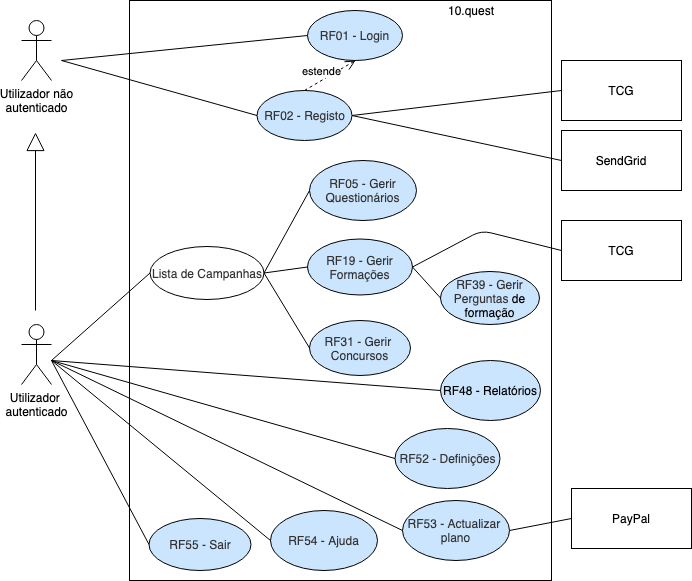
This is img/rf/alto-nivel.png from BrunoGrifo/Tese, a draw.io export, as it was before one commit. Source tidied: cells renumbered, new cells last; positions are measured from the earlier drawing's top-left corner, leaving out a move shared by most shapes.
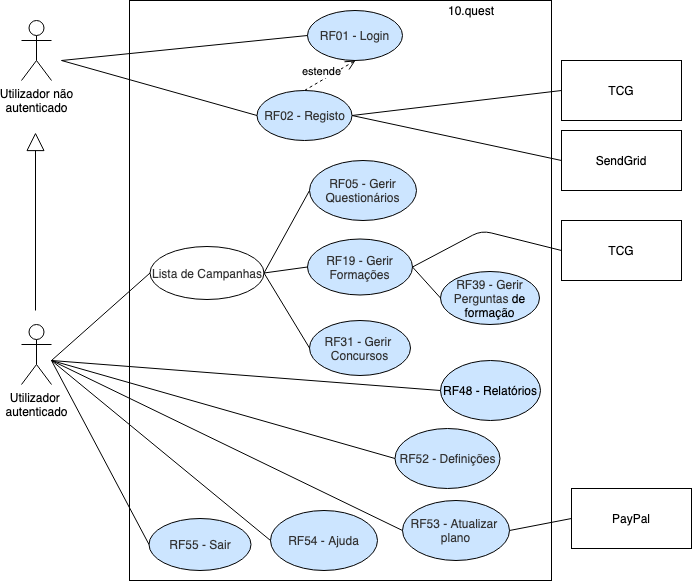
The same file after the commit.

The edit, as a diff of the source:
```diff
@@ -45,7 +45,7 @@
     <mxCell id="13" value="RF52 - Definições" style="ellipse;whiteSpace=wrap;html=1;fillColor=#CCE5FF;strokeColor=#000000;fontColor=#333333;" parent="1" vertex="1">
       <mxGeometry x="373.5" y="428" width="105" height="60" as="geometry" />
     </mxCell>
-    <mxCell id="14" value="RF53 - Actualizar&amp;nbsp;&lt;br&gt;plano" style="ellipse;whiteSpace=wrap;html=1;fillColor=#CCE5FF;strokeColor=#000000;fontColor=#333333;" parent="1" vertex="1">
+    <mxCell id="14" value="RF53 - Atualizar&amp;nbsp;&lt;br&gt;plano" style="ellipse;whiteSpace=wrap;html=1;fillColor=#CCE5FF;strokeColor=#000000;fontColor=#333333;" parent="1" vertex="1">
       <mxGeometry x="381" y="500" width="107" height="60" as="geometry" />
     </mxCell>
     <mxCell id="15" value="RF55 - Sair" style="ellipse;whiteSpace=wrap;html=1;fillColor=#CCE5FF;strokeColor=#000000;fontColor=#333333;" parent="1" vertex="1">
```
